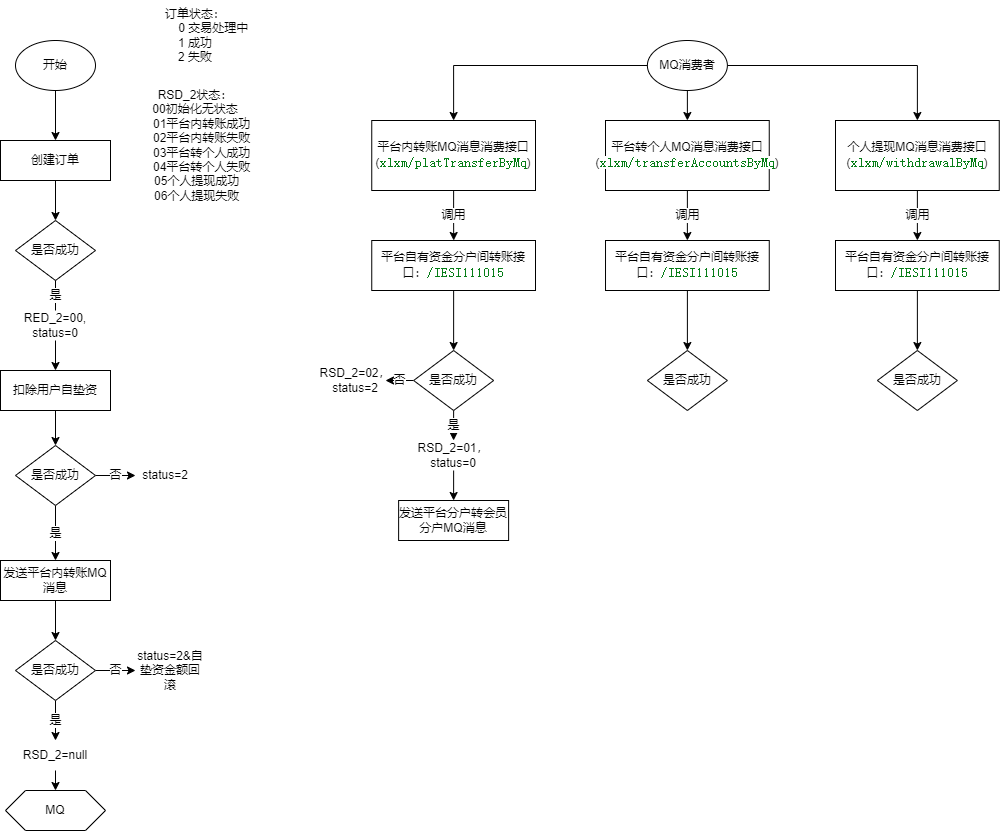
Before: 厦门国际代付订单状态流转.drawio.png, a diagram exported from draw.io (songyibo2019/mydiagrams). Source tidied: cells renumbered, new cells last; positions are measured from the earlier drawing's top-left corner, leaving out a move shared by most shapes.
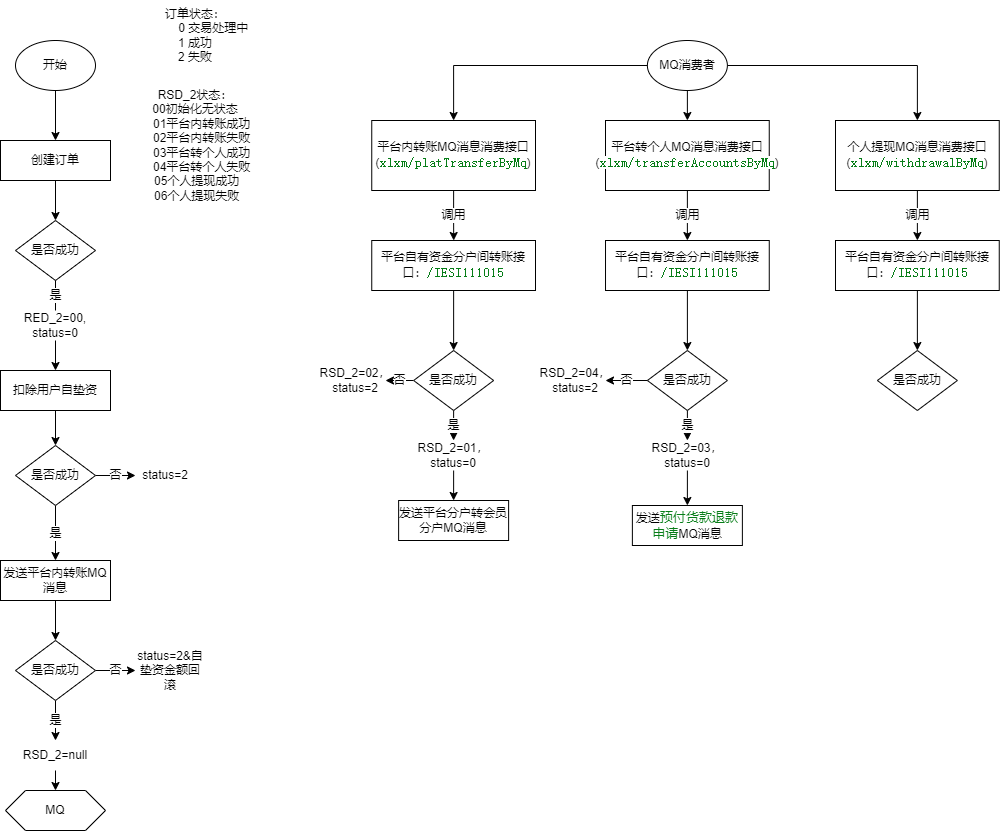
After the commit.

Commit message:
Update 厦门国际代付订单状态流转.drawio.png

What changed in the source:
```diff
@@ -146,11 +146,29 @@
     <mxCell id="49" value="是" style="edgeStyle=orthogonalEdgeStyle;rounded=0;jettySize=auto;html=1;endArrow=none;" parent="1" edge="1" source="4" target="48">
       <mxGeometry relative="1" as="geometry" />
     </mxCell>
+    <mxCell id="52" value="是" style="edgeStyle=orthogonalEdgeStyle;rounded=0;jettySize=auto;html=1;exitX=0.5;exitY=1;exitDx=0;exitDy=0;entryX=0.5;entryY=0;entryDx=0;entryDy=0;" parent="1" edge="1" source="50" target="55">
+      <mxGeometry relative="1" as="geometry" />
+    </mxCell>
+    <mxCell id="53" value="否" style="edgeStyle=orthogonalEdgeStyle;rounded=0;jettySize=auto;html=1;exitX=0;exitY=0.5;exitDx=0;exitDy=0;entryX=1;entryY=0.5;entryDx=0;entryDy=0;" parent="1" edge="1" source="50" target="57">
+      <mxGeometry relative="1" as="geometry" />
+    </mxCell>
     <mxCell id="50" value="是否成功" style="rhombus;whiteSpace=wrap;html=1;" parent="1" vertex="1">
       <mxGeometry x="646.9" y="350" width="80" height="60" as="geometry" />
     </mxCell>
     <mxCell id="51" value="是否成功" style="rhombus;whiteSpace=wrap;html=1;" parent="1" vertex="1">
       <mxGeometry x="876.9" y="350" width="80" height="60" as="geometry" />
     </mxCell>
+    <mxCell id="54" style="edgeStyle=orthogonalEdgeStyle;rounded=0;jettySize=auto;html=1;exitX=0.5;exitY=1;exitDx=0;exitDy=0;entryX=0.5;entryY=0;entryDx=0;entryDy=0;" parent="1" edge="1" source="55" target="56">
+      <mxGeometry relative="1" as="geometry" />
+    </mxCell>
+    <mxCell id="55" value="RSD_2=03，&lt;br&gt;status=0" style="text;html=1;strokeColor=none;fillColor=none;align=center;verticalAlign=middle;whiteSpace=wrap;rounded=0;" parent="1" vertex="1">
+      <mxGeometry x="656.9" y="440" width="60" height="30" as="geometry" />
+    </mxCell>
+    <mxCell id="56" value="发送&lt;span style=&quot;color: rgb(6 , 125 , 23) ; background-color: rgb(255 , 255 , 255) ; font-family: , monospace ; font-size: 9.8pt&quot;&gt;预付货款退款申请&lt;/span&gt;&lt;span&gt;MQ消息&lt;/span&gt;" style="rounded=0;whiteSpace=wrap;html=1;" parent="1" vertex="1">
+      <mxGeometry x="631.9" y="505" width="110" height="40" as="geometry" />
+    </mxCell>
+    <mxCell id="57" value="RSD_2=04，&lt;br&gt;status=2" style="text;html=1;strokeColor=none;fillColor=none;align=center;verticalAlign=middle;whiteSpace=wrap;rounded=0;" parent="1" vertex="1">
+      <mxGeometry x="545" y="365" width="60" height="30" as="geometry" />
+    </mxCell>
   </root>
 </mxGraphModel>
```
